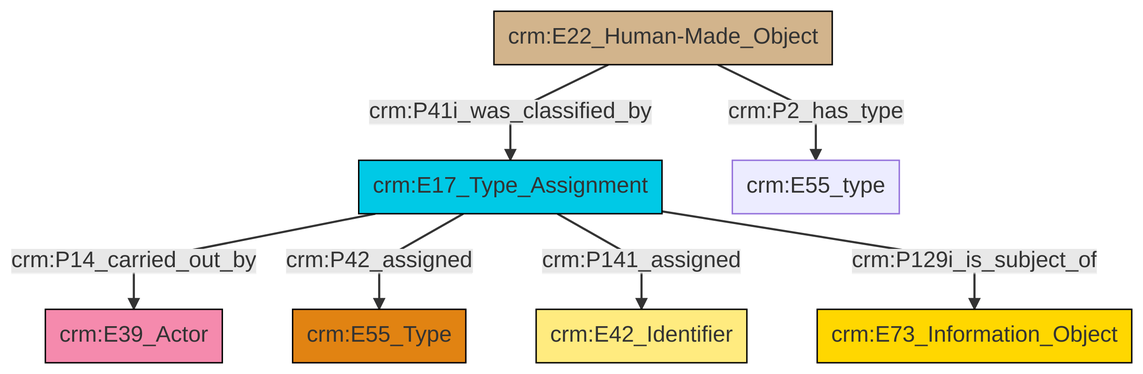
swiss-art-research-net/reference-data-models keeps this Mermaid diagram as et/builtWorkCSV/ttl/mmd/png/Built_Work_designation_status.png. Above is the earlier version. Its source is kept beside it as et/builtWorkCSV/ttl/mmd/Built_Work_designation_status.ttl.mmd.
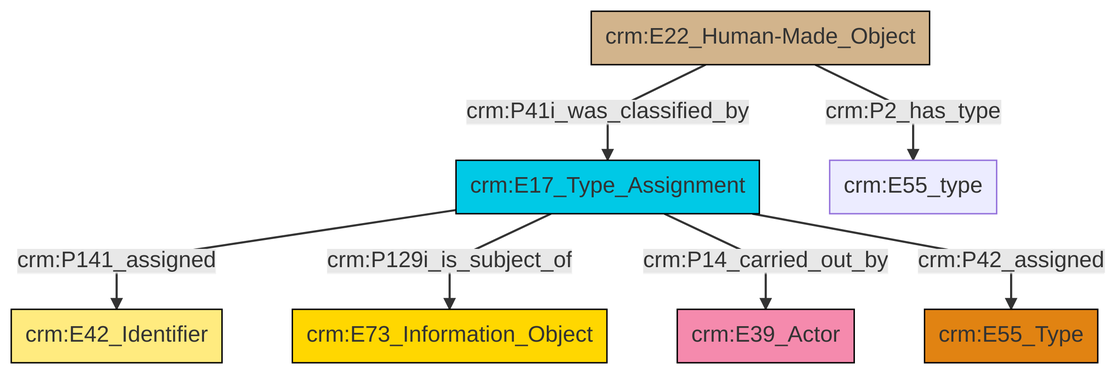
After the change.

What changed in the source:
```diff
@@ -13,9 +13,9 @@
 classDef PC_Classes fill:#4ce600, stroke:#000000;
 classDef Multi fill:#cccccc,stroke:#000000;
 
-0["crm:E17_Type_Assignment"]:::Temporal_Entity -->|crm:P14_carried_out_by| 1["crm:E39_Actor"]:::Actor
-6["crm:E22_Human-Made_Object"]:::Physical_Thing -->|crm:P2_has_type| 4["crm:E55_type"]:::Default
-0["crm:E17_Type_Assignment"]:::Temporal_Entity -->|crm:P42_assigned| 7["crm:E55_Type"]:::Type
-0["crm:E17_Type_Assignment"]:::Temporal_Entity -->|crm:P141_assigned| 2["crm:E42_Identifier"]:::Appellation
-6["crm:E22_Human-Made_Object"]:::Physical_Thing -->|crm:P41i_was_classified_by| 0["crm:E17_Type_Assignment"]:::Temporal_Entity
-0["crm:E17_Type_Assignment"]:::Temporal_Entity -->|crm:P129i_is_subject_of| 9["crm:E73_Information_Object"]:::Conceptual_Object
+4["crm:E22_Human-Made_Object"]:::Physical_Thing -->|crm:P2_has_type| 5["crm:E55_type"]:::Default
+0["crm:E17_Type_Assignment"]:::Temporal_Entity -->|crm:P141_assigned| 6["crm:E42_Identifier"]:::Appellation
+0["crm:E17_Type_Assignment"]:::Temporal_Entity -->|crm:P129i_is_subject_of| 10["crm:E73_Information_Object"]:::Conceptual_Object
+0["crm:E17_Type_Assignment"]:::Temporal_Entity -->|crm:P14_carried_out_by| 8["crm:E39_Actor"]:::Actor
+4["crm:E22_Human-Made_Object"]:::Physical_Thing -->|crm:P41i_was_classified_by| 0["crm:E17_Type_Assignment"]:::Temporal_Entity
+0["crm:E17_Type_Assignment"]:::Temporal_Entity -->|crm:P42_assigned| 2["crm:E55_Type"]:::Type
```
